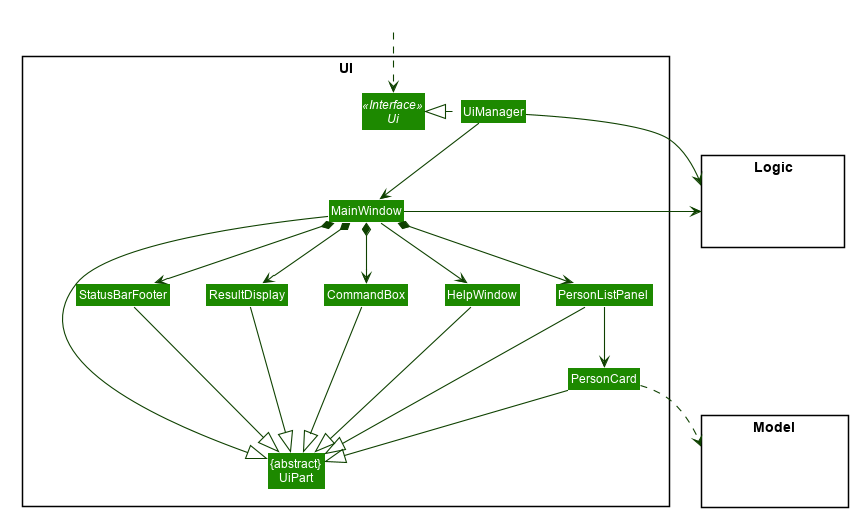
Above: docs/images/UiClassDiagram.png in nus-cs2103-AY2021S2/tp (PlantUML), before the change.
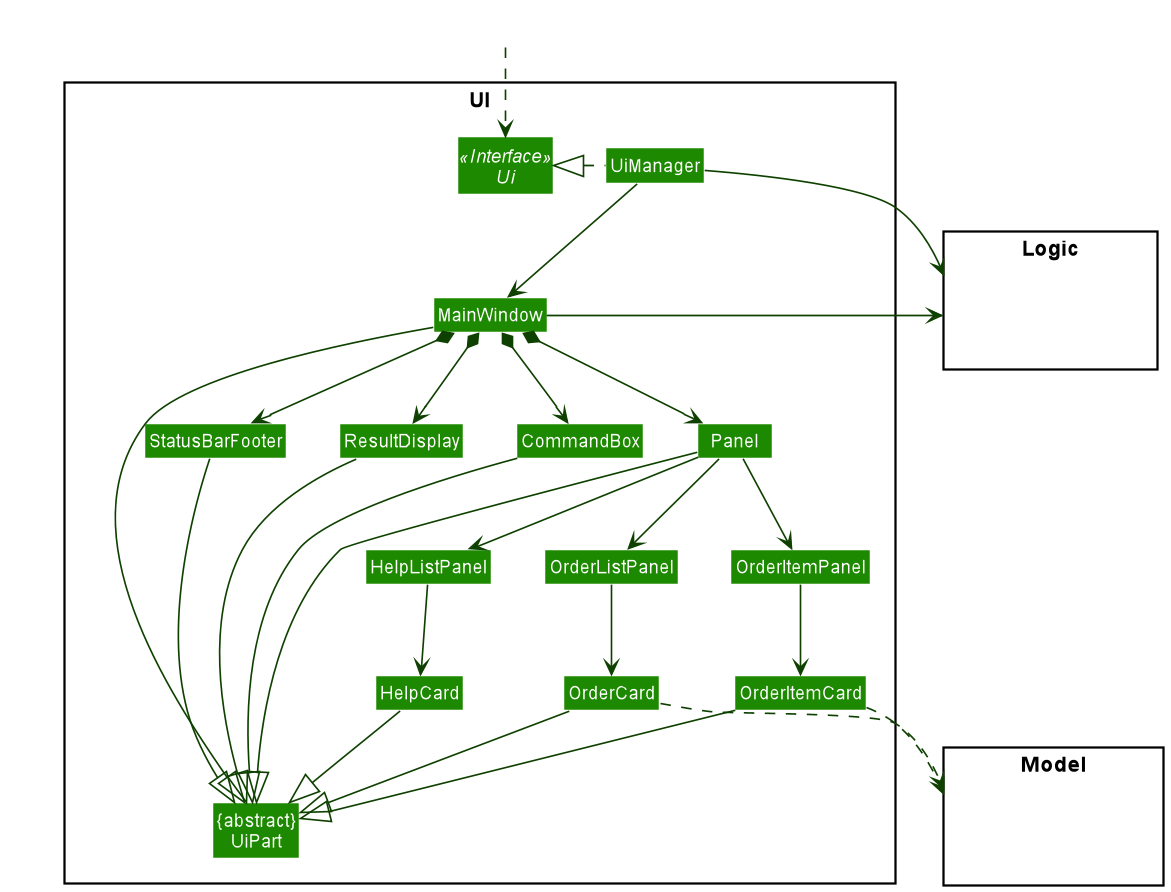
Above is the later version.

The edit, as a diff of the source:
```diff
@@ -1,65 +1,22 @@
 @startuml
-
-
-
-
-
-
-
-
-skinparam BackgroundColor #FFFFFFF
-
-skinparam Shadowing false
-
-skinparam Class {
-    FontColor #FFFFFF
-    BorderThickness 1
-    BorderColor #FFFFFF
-    StereotypeFontColor #FFFFFF
-    FontName Arial
-}
-
-skinparam Actor {
-    BorderColor #000000
-    Color #000000
-    FontName Arial
-}
-
-skinparam Sequence {
-    MessageAlign center
-    BoxFontSize 15
-    BoxPadding 0
-    BoxFontColor #FFFFFF
-    FontName Arial
-}
-
-skinparam Participant {
-    FontColor #FFFFFFF
-    Padding 20
-}
-
-skinparam MinClassWidth 50
-skinparam ParticipantPadding 10
-skinparam Shadowing false
-skinparam DefaultTextAlignment center
-skinparam packageStyle Rectangle
-
-hide footbox
-hide members
-hide circle
+!include style.puml
 skinparam arrowThickness 1.1
-skinparam arrowColor #0E4100
-skinparam classBackgroundColor #1D8900
+skinparam arrowColor UI_COLOR_T4
+skinparam classBackgroundColor UI_COLOR
 
 package UI <<Rectangle>>{
 Interface Ui <<Interface>>
 Class "{abstract}\nUiPart" as UiPart
 Class UiManager
 Class MainWindow
-Class HelpWindow
 Class ResultDisplay
-Class PersonListPanel
-Class PersonCard
+Class Panel
+Class OrderListPanel
+Class OrderItemPanel
+Class HelpListPanel
+Class OrderCard
+Class OrderItemCard
+Class HelpCard
 Class StatusBarFooter
 Class CommandBox
 }
@@ -77,29 +34,35 @@
 
 UiManager .left.|> Ui
 UiManager -down-> MainWindow
-MainWindow --> HelpWindow
 MainWindow *-down-> CommandBox
 MainWindow *-down-> ResultDisplay
-MainWindow *-down-> PersonListPanel
+MainWindow *-down-> Panel
 MainWindow *-down-> StatusBarFooter
 
-PersonListPanel -down-> PersonCard
+Panel -down-> OrderListPanel
+OrderListPanel -down-> OrderCard
+
+Panel -down-> OrderItemPanel
+OrderItemPanel -down-> OrderItemCard
+
+Panel -down-> HelpListPanel
+HelpListPanel -down-> HelpCard
 
 MainWindow -left-|> UiPart
 
 ResultDisplay --|> UiPart
 CommandBox --|> UiPart
-PersonListPanel --|> UiPart
-PersonCard --|> UiPart
+Panel --|> UiPart
+OrderCard --|> UiPart
+OrderItemCard --|> UiPart
+HelpCard --|> UiPart
 StatusBarFooter --|> UiPart
-HelpWindow -down-|> UiPart
 
-PersonCard ..> Model
+OrderCard ..> Model
+OrderItemCard ..> Model
 UiManager -right-> Logic
 MainWindow -left-> Logic
 
-PersonListPanel -[hidden]left- HelpWindow
-HelpWindow -[hidden]left- CommandBox
 CommandBox -[hidden]left- ResultDisplay
 ResultDisplay -[hidden]left- StatusBarFooter
 
```
